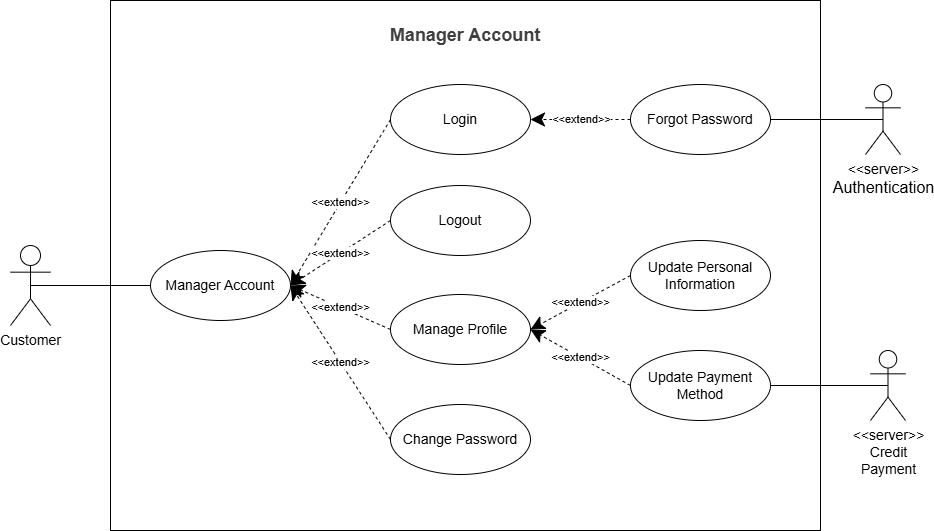
Before: docs/usecases/detailed/manage_account.drawio.png, a diagram exported from draw.io (Thu-sunrise/cloud_computing). Source tidied: cells renumbered, new cells last; positions are measured from the earlier drawing's top-left corner, leaving out a move shared by most shapes.
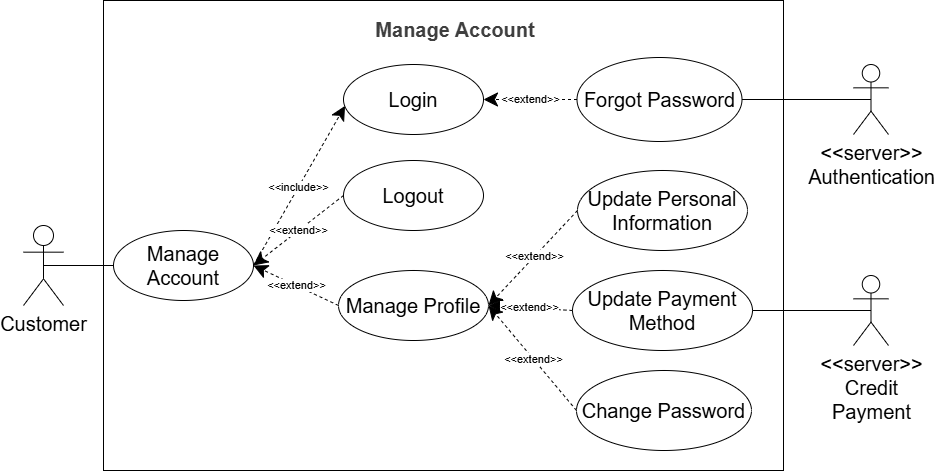
After the change.

Commit message:
Update usecase manage account and usecase view product

What changed in the source:
```diff
@@ -2,74 +2,74 @@
   <root>
     <mxCell id="0" />
     <mxCell id="1" parent="0" />
-    <mxCell id="2" style="rounded=0;whiteSpace=wrap;html=1;" parent="1" vertex="1">
-      <mxGeometry x="100" width="710" height="530" as="geometry" />
-    </mxCell>
+    <mxCell id="25" style="rounded=0;whiteSpace=wrap;html=1;" parent="1" vertex="1">
+      <mxGeometry x="-40" y="24" width="680" height="470" as="geometry" />
+    </mxCell>
-    <mxCell id="3" value="&lt;font style=&quot;font-size: 14px;&quot;&gt;Login&lt;/font&gt;" style="ellipse;whiteSpace=wrap;html=1;" parent="1" vertex="1">
-      <mxGeometry x="380" y="84" width="140" height="70" as="geometry" />
+    <mxCell id="3" value="&lt;font style=&quot;font-size: 20px;&quot;&gt;Login&lt;/font&gt;" style="ellipse;whiteSpace=wrap;html=1;" parent="1" vertex="1">
+      <mxGeometry x="200" y="88" width="140" height="70" as="geometry" />
     </mxCell>
-    <mxCell id="4" value="&lt;font style=&quot;font-size: 14px;&quot;&gt;Logout&lt;/font&gt;" style="ellipse;whiteSpace=wrap;html=1;" parent="1" vertex="1">
-      <mxGeometry x="380" y="185" width="140" height="70" as="geometry" />
+    <mxCell id="4" value="&lt;font style=&quot;font-size: 20px;&quot;&gt;Logout&lt;/font&gt;" style="ellipse;whiteSpace=wrap;html=1;" parent="1" vertex="1">
+      <mxGeometry x="200" y="184" width="140" height="70" as="geometry" />
     </mxCell>
-    <mxCell id="5" value="&lt;font style=&quot;font-size: 14px;&quot;&gt;Manage Profile&lt;/font&gt;" style="ellipse;whiteSpace=wrap;html=1;" parent="1" vertex="1">
-      <mxGeometry x="380" y="294" width="140" height="70" as="geometry" />
+    <mxCell id="5" value="&lt;font style=&quot;font-size: 20px;&quot;&gt;Manage Profile&lt;/font&gt;" style="ellipse;whiteSpace=wrap;html=1;" parent="1" vertex="1">
+      <mxGeometry x="195" y="294" width="150" height="70" as="geometry" />
     </mxCell>
-    <mxCell id="6" value="&lt;font style=&quot;font-size: 14px;&quot;&gt;Update Personal Information&lt;/font&gt;" style="ellipse;whiteSpace=wrap;html=1;" parent="1" vertex="1">
-      <mxGeometry x="620" y="240" width="140" height="70" as="geometry" />
+    <mxCell id="6" value="&lt;font style=&quot;font-size: 20px;&quot;&gt;Update Personal Information&lt;/font&gt;" style="ellipse;whiteSpace=wrap;html=1;" parent="1" vertex="1">
+      <mxGeometry x="434" y="194" width="170" height="80" as="geometry" />
     </mxCell>
-    <mxCell id="7" value="&lt;font style=&quot;font-size: 14px;&quot;&gt;Update Payment Method&lt;/font&gt;" style="ellipse;whiteSpace=wrap;html=1;" parent="1" vertex="1">
-      <mxGeometry x="620" y="350" width="140" height="70" as="geometry" />
+    <mxCell id="7" value="&lt;font style=&quot;font-size: 20px;&quot;&gt;Update Payment Method&lt;/font&gt;" style="ellipse;whiteSpace=wrap;html=1;" parent="1" vertex="1">
+      <mxGeometry x="429" y="294" width="180" height="80" as="geometry" />
     </mxCell>
-    <mxCell id="8" value="&lt;font style=&quot;font-size: 14px;&quot;&gt;Change Password&lt;/font&gt;" style="ellipse;whiteSpace=wrap;html=1;" parent="1" vertex="1">
-      <mxGeometry x="380" y="404" width="140" height="70" as="geometry" />
-    </mxCell>
-    <mxCell id="9" value="&lt;span&gt;&lt;font style=&quot;font-size: 14px;&quot;&gt;Forgot Password&lt;/font&gt;&lt;/span&gt;" style="ellipse;whiteSpace=wrap;html=1;" parent="1" vertex="1">
-      <mxGeometry x="620" y="84" width="140" height="70" as="geometry" />
+    <mxCell id="9" value="&lt;span&gt;&lt;font style=&quot;font-size: 20px;&quot;&gt;Forgot Password&lt;/font&gt;&lt;/span&gt;" style="ellipse;whiteSpace=wrap;html=1;" parent="1" vertex="1">
+      <mxGeometry x="433.5" y="81" width="165" height="84" as="geometry" />
     </mxCell>
     <mxCell id="10" value="&amp;lt;&amp;lt;extend&amp;gt;&amp;gt;" style="endArrow=classic;endSize=12;dashed=1;html=1;rounded=0;exitX=0;exitY=0.5;exitDx=0;exitDy=0;entryX=1;entryY=0.5;entryDx=0;entryDy=0;endFill=1;" parent="1" edge="1" source="9" target="3">
       <mxGeometry relative="1" as="geometry" />
     </mxCell>
-    <mxCell id="11" style="rounded=0;jettySize=auto;html=1;exitX=0.5;exitY=0.5;exitDx=0;exitDy=0;exitPerimeter=0;entryX=0;entryY=0.5;entryDx=0;entryDy=0;endArrow=none;endFill=0;" parent="1" edge="1" source="12" target="15">
-      <mxGeometry relative="1" as="geometry" />
-    </mxCell>
+    <mxCell id="26" style="rounded=0;jettySize=auto;html=1;exitX=0.5;exitY=0.5;exitDx=0;exitDy=0;exitPerimeter=0;entryX=0;entryY=0.5;entryDx=0;entryDy=0;endArrow=none;endFill=0;" parent="1" edge="1" source="12" target="27">
+      <mxGeometry relative="1" as="geometry" />
+    </mxCell>
-    <mxCell id="12" value="&lt;span style=&quot;font-size: 14px;&quot;&gt;Customer&lt;/span&gt;" style="shape=umlActor;verticalLabelPosition=bottom;verticalAlign=top;html=1;" parent="1" vertex="1">
-      <mxGeometry y="245" width="40" height="80" as="geometry" />
+    <mxCell id="12" value="&lt;font style=&quot;font-size: 20px;&quot;&gt;Customer&lt;/font&gt;" style="shape=umlActor;verticalLabelPosition=bottom;verticalAlign=top;html=1;" parent="1" vertex="1">
+      <mxGeometry x="-120" y="249" width="40" height="80" as="geometry" />
     </mxCell>
-    <mxCell id="13" value="&lt;font style=&quot;font-size: 14px;&quot;&gt;&amp;lt;&amp;lt;server&amp;gt;&amp;gt;&lt;/font&gt;&lt;div&gt;&lt;font size=&quot;3&quot;&gt;Authentication&lt;/font&gt;&lt;/div&gt;" style="shape=umlActor;verticalLabelPosition=bottom;verticalAlign=top;html=1;" parent="1" vertex="1">
-      <mxGeometry x="855" y="84" width="35" height="70" as="geometry" />
+    <mxCell id="13" value="&lt;font style=&quot;font-size: 20px;&quot;&gt;&amp;lt;&amp;lt;server&amp;gt;&amp;gt;&lt;/font&gt;&lt;div&gt;&lt;font style=&quot;font-size: 20px;&quot;&gt;Authentication&lt;/font&gt;&lt;/div&gt;" style="shape=umlActor;verticalLabelPosition=bottom;verticalAlign=top;html=1;" parent="1" vertex="1">
+      <mxGeometry x="710" y="88" width="35" height="70" as="geometry" />
     </mxCell>
     <mxCell id="14" style="rounded=0;jettySize=auto;html=1;exitX=1;exitY=0.5;exitDx=0;exitDy=0;entryX=0.5;entryY=0.5;entryDx=0;entryDy=0;entryPerimeter=0;endArrow=none;endFill=0;" parent="1" edge="1" source="9" target="13">
       <mxGeometry relative="1" as="geometry" />
     </mxCell>
-    <mxCell id="15" value="&lt;span style=&quot;font-size: 14px;&quot;&gt;Manager Account&lt;/span&gt;" style="ellipse;whiteSpace=wrap;html=1;" parent="1" vertex="1">
-      <mxGeometry x="140" y="250" width="140" height="70" as="geometry" />
-    </mxCell>
+    <mxCell id="27" value="&lt;font style=&quot;font-size: 20px;&quot;&gt;Manage Account&lt;/font&gt;" style="ellipse;whiteSpace=wrap;html=1;" parent="1" vertex="1">
+      <mxGeometry x="-30" y="254" width="140" height="70" as="geometry" />
+    </mxCell>
     <mxCell id="16" value="&amp;lt;&amp;lt;extend&amp;gt;&amp;gt;" style="endArrow=classic;endSize=12;dashed=1;html=1;rounded=0;exitX=0;exitY=0.5;exitDx=0;exitDy=0;entryX=1;entryY=0.5;entryDx=0;entryDy=0;endFill=1;" parent="1" edge="1" source="6" target="5">
       <mxGeometry relative="1" as="geometry" />
     </mxCell>
     <mxCell id="17" value="&amp;lt;&amp;lt;extend&amp;gt;&amp;gt;" style="endArrow=classic;endSize=12;dashed=1;html=1;rounded=0;exitX=0;exitY=0.5;exitDx=0;exitDy=0;entryX=1;entryY=0.5;entryDx=0;entryDy=0;endFill=1;" parent="1" edge="1" source="7" target="5">
       <mxGeometry relative="1" as="geometry" />
     </mxCell>
-    <mxCell id="18" value="&amp;lt;&amp;lt;extend&amp;gt;&amp;gt;" style="endArrow=classic;endSize=12;dashed=1;html=1;rounded=0;exitX=0;exitY=0.5;exitDx=0;exitDy=0;entryX=1;entryY=0.5;entryDx=0;entryDy=0;endFill=1;" parent="1" edge="1" source="3" target="15">
-      <mxGeometry relative="1" as="geometry" />
-    </mxCell>
-    <mxCell id="19" value="&amp;lt;&amp;lt;extend&amp;gt;&amp;gt;" style="endArrow=classic;endSize=12;dashed=1;html=1;rounded=0;exitX=0;exitY=0.5;exitDx=0;exitDy=0;entryX=1;entryY=0.5;entryDx=0;entryDy=0;endFill=1;" parent="1" edge="1" source="4" target="15">
-      <mxGeometry relative="1" as="geometry" />
-    </mxCell>
-    <mxCell id="20" value="&amp;lt;&amp;lt;extend&amp;gt;&amp;gt;" style="endArrow=classic;endSize=12;dashed=1;html=1;rounded=0;exitX=0;exitY=0.5;exitDx=0;exitDy=0;entryX=1;entryY=0.5;entryDx=0;entryDy=0;endFill=1;" parent="1" edge="1" source="5" target="15">
-      <mxGeometry relative="1" as="geometry" />
-    </mxCell>
-    <mxCell id="21" value="&amp;lt;&amp;lt;extend&amp;gt;&amp;gt;" style="endArrow=classic;endSize=12;dashed=1;html=1;rounded=0;exitX=0;exitY=0.5;exitDx=0;exitDy=0;entryX=1;entryY=0.5;entryDx=0;entryDy=0;endFill=1;" parent="1" edge="1" source="8" target="15">
-      <mxGeometry relative="1" as="geometry" />
-    </mxCell>
+    <mxCell id="28" value="&amp;lt;&amp;lt;include&amp;gt;&amp;gt;" style="endArrow=classic;endSize=12;dashed=1;html=1;rounded=0;exitX=1;exitY=0.5;exitDx=0;exitDy=0;endFill=1;entryX=0.011;entryY=0.591;entryDx=0;entryDy=0;entryPerimeter=0;" parent="1" edge="1" source="27" target="3">
+      <mxGeometry relative="1" as="geometry" />
+    </mxCell>
+    <mxCell id="29" value="&amp;lt;&amp;lt;extend&amp;gt;&amp;gt;" style="endArrow=classic;endSize=12;dashed=1;html=1;rounded=0;exitX=0;exitY=0.5;exitDx=0;exitDy=0;entryX=1;entryY=0.5;entryDx=0;entryDy=0;endFill=1;" parent="1" edge="1" source="4" target="27">
+      <mxGeometry relative="1" as="geometry" />
+    </mxCell>
+    <mxCell id="30" value="&amp;lt;&amp;lt;extend&amp;gt;&amp;gt;" style="endArrow=classic;endSize=12;dashed=1;html=1;rounded=0;exitX=0;exitY=0.5;exitDx=0;exitDy=0;entryX=1;entryY=0.5;entryDx=0;entryDy=0;endFill=1;" parent="1" edge="1" source="5" target="27">
+      <mxGeometry relative="1" as="geometry" />
+    </mxCell>
-    <mxCell id="22" value="&lt;font style=&quot;font-size: 14px;&quot;&gt;&amp;lt;&amp;lt;server&amp;gt;&amp;gt;&lt;/font&gt;&lt;div&gt;&lt;span style=&quot;font-size: 14px; text-wrap-mode: wrap;&quot;&gt;Credit Payment&lt;/span&gt;&lt;/div&gt;" style="shape=umlActor;verticalLabelPosition=bottom;verticalAlign=top;html=1;" parent="1" vertex="1">
-      <mxGeometry x="860" y="350" width="35" height="70" as="geometry" />
+    <mxCell id="22" value="&lt;font style=&quot;font-size: 20px;&quot;&gt;&amp;lt;&amp;lt;server&amp;gt;&amp;gt;&lt;/font&gt;&lt;div&gt;&lt;span style=&quot;text-wrap-mode: wrap;&quot;&gt;&lt;font style=&quot;font-size: 20px;&quot;&gt;Credit Payment&lt;/font&gt;&lt;/span&gt;&lt;/div&gt;" style="shape=umlActor;verticalLabelPosition=bottom;verticalAlign=top;html=1;" parent="1" vertex="1">
+      <mxGeometry x="710" y="299" width="35" height="70" as="geometry" />
     </mxCell>
     <mxCell id="23" style="rounded=0;jettySize=auto;html=1;exitX=1;exitY=0.5;exitDx=0;exitDy=0;entryX=0.5;entryY=0.5;entryDx=0;entryDy=0;entryPerimeter=0;endArrow=none;endFill=0;" parent="1" edge="1" source="7" target="22">
       <mxGeometry relative="1" as="geometry" />
     </mxCell>
-    <mxCell id="24" value="&lt;span style=&quot;color: rgb(63, 63, 63);&quot;&gt;&lt;b style=&quot;&quot;&gt;&lt;font style=&quot;font-size: 18px;&quot;&gt;Manager Account&lt;/font&gt;&lt;/b&gt;&lt;/span&gt;" style="text;html=1;align=center;verticalAlign=middle;whiteSpace=wrap;rounded=0;" parent="1" vertex="1">
-      <mxGeometry x="360" y="20" width="190" height="30" as="geometry" />
-    </mxCell>
+    <mxCell id="31" value="&lt;span style=&quot;color: rgb(63, 63, 63);&quot;&gt;&lt;b style=&quot;&quot;&gt;&lt;font style=&quot;font-size: 20px;&quot;&gt;Manage Account&lt;/font&gt;&lt;/b&gt;&lt;/span&gt;" style="text;html=1;align=center;verticalAlign=middle;whiteSpace=wrap;rounded=0;" parent="1" vertex="1">
+      <mxGeometry x="217" y="38" width="190" height="30" as="geometry" />
+    </mxCell>
+    <mxCell id="8" value="&lt;font style=&quot;font-size: 20px;&quot;&gt;Change Password&lt;/font&gt;" style="ellipse;whiteSpace=wrap;html=1;" parent="1" vertex="1">
+      <mxGeometry x="433" y="394" width="175" height="80" as="geometry" />
+    </mxCell>
+    <mxCell id="32" value="&amp;lt;&amp;lt;extend&amp;gt;&amp;gt;" style="endArrow=classic;endSize=12;dashed=1;html=1;rounded=0;exitX=0;exitY=0.5;exitDx=0;exitDy=0;endFill=1;entryX=1;entryY=0.5;entryDx=0;entryDy=0;" parent="1" edge="1" source="8" target="5">
+      <mxGeometry relative="1" as="geometry" />
+    </mxCell>
   </root>
 </mxGraphModel>
```
